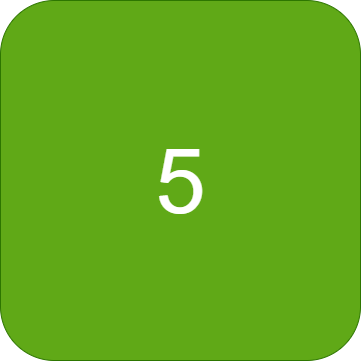
Above: Rush Hour Main/assets/MapButtons/5(B).png in zintom69/Game-Rush-Hour (draw.io), before the change. Source tidied: cells renumbered, new cells last; positions are measured from the earlier drawing's top-left corner, leaving out a move shared by most shapes.
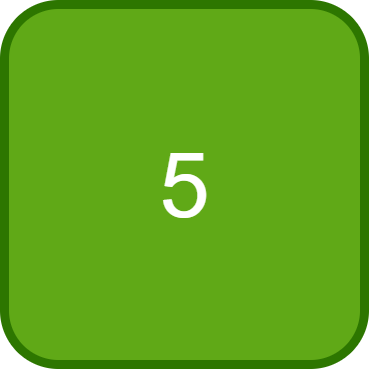
Later version of the same file.

Change to the diagram source:
```diff
@@ -2,7 +2,7 @@
   <root>
     <mxCell id="0" />
     <mxCell id="1" parent="0" />
-    <mxCell id="2" value="&lt;span style=&quot;font-size: 90px;&quot;&gt;5&lt;/span&gt;" style="rounded=1;whiteSpace=wrap;html=1;fillColor=#60a917;fontColor=#ffffff;strokeColor=#2D7600;" parent="1" vertex="1">
+    <mxCell id="2" value="&lt;span style=&quot;font-size: 90px;&quot;&gt;5&lt;/span&gt;" style="rounded=1;whiteSpace=wrap;html=1;strokeWidth=9;fillColor=#60a917;fontColor=#ffffff;strokeColor=#2D7600;" parent="1" vertex="1">
       <mxGeometry width="360" height="360" as="geometry" />
     </mxCell>
   </root>
```
